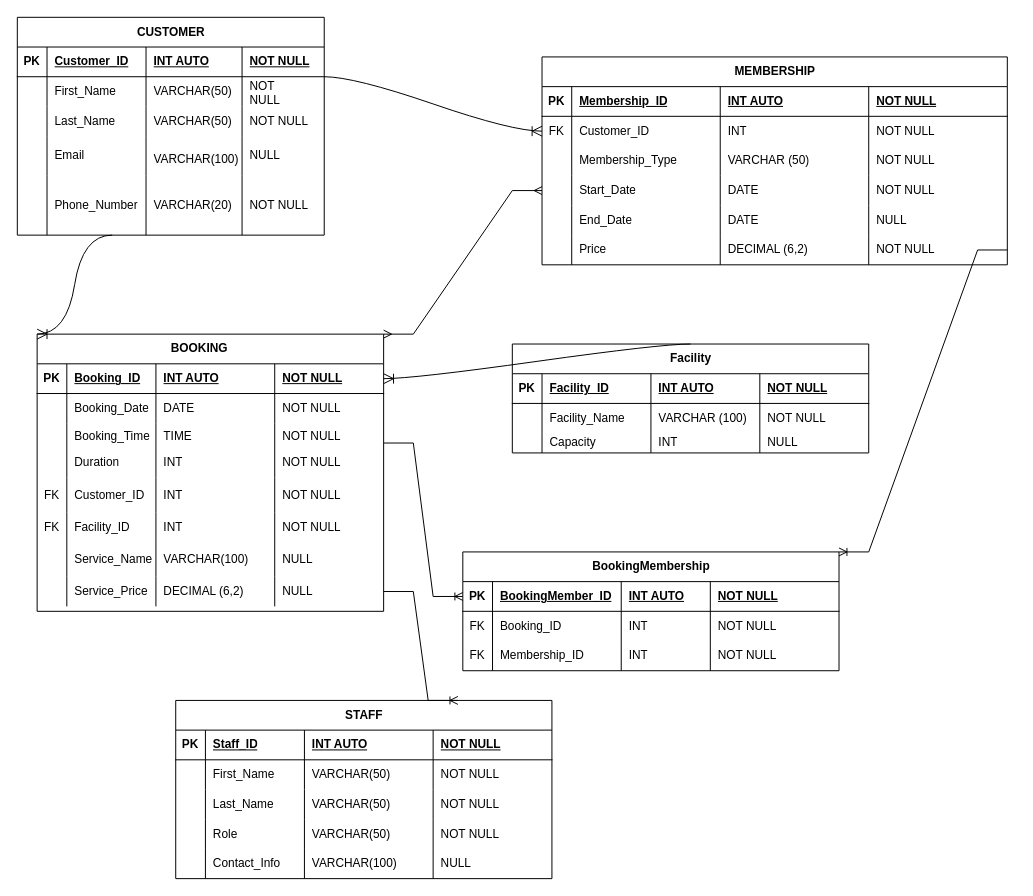
Above: ERD_Lopez.drawio in rodolfo-lopez-dev/Capstone_1 (draw.io), before the change. Source tidied: cells renumbered, new cells numbered last; positions are measured from the earlier drawing's top-left corner, leaving out a move shared by most shapes. Both pictures are drawn from the tidied source at 99%, with x=0, y=0 at pixel (17, 17).
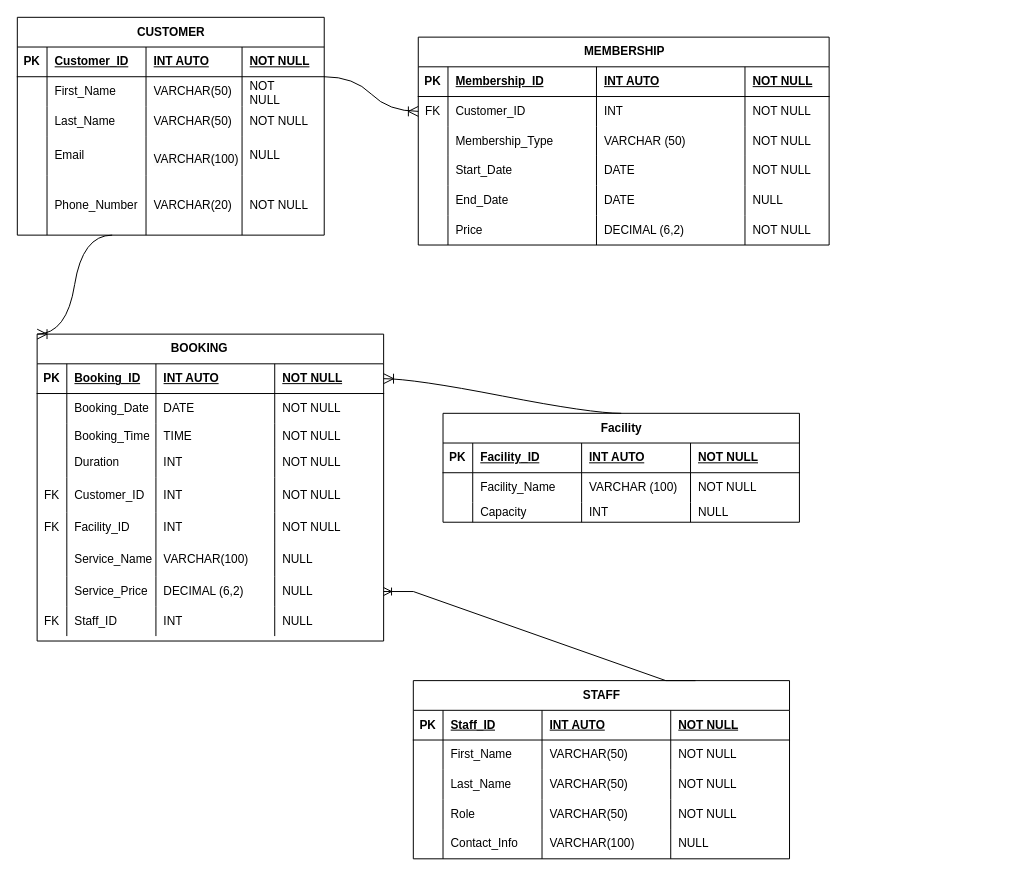
After the change.

Commit message (it also covers changes not shown here):
for business operations I removed irrelevant table, and ERD I adjusted relationships

The change refers to these unchanged cells:
```xml
<mxCell id="80" style="shape=tableRow;horizontal=0;startSize=0;swimlaneHead=0;swimlaneBody=0;fillColor=none;points=[[0,0.5],[1,0.5]];portConstraint=eastwest;top=0;left=0;right=0;bottom=0;" parent="44" vertex="1">
  <mxGeometry y="245" width="350" height="30" as="geometry" />
</mxCell>
```

The edit, as a diff of the source:
```diff
@@
     <mxCell id="28" value="Facility" style="shape=table;startSize=30;childLayout=tableLayout;rowLines=0;fontStyle=1;align=center;html=1;" parent="1" vertex="1">
-      <mxGeometry x="500" y="330" width="360" height="110" as="geometry" />
+      <mxGeometry x="430" y="400" width="360" height="110" as="geometry" />
     </mxCell>
@@
     <mxCell id="44" value="BOOKING&lt;span style=&quot;white-space: pre;&quot;&gt;&#9;&lt;/span&gt;" style="shape=table;startSize=30;childLayout=tableLayout;rowLines=0;fontStyle=1;align=center;html=1;" parent="1" vertex="1">
-      <mxGeometry x="20" y="320" width="350" height="280" as="geometry" />
+      <mxGeometry x="20" y="320" width="350" height="310" as="geometry" />
     </mxCell>
@@
+    <mxCell id="165" style="shape=tableRow;horizontal=0;startSize=0;swimlaneHead=0;swimlaneBody=0;fillColor=none;top=0;left=0;right=0;bottom=0;" parent="44" vertex="1">
+      <mxGeometry y="275" width="350" height="30" as="geometry" />
+    </mxCell>
+    <mxCell id="166" value="FK" style="shape=partialRectangle;fillColor=none;top=0;left=0;bottom=0;right=0;overflow=hidden;whiteSpace=wrap;html=1;" parent="165" vertex="1">
+      <mxGeometry width="30" height="30" as="geometry" />
+    </mxCell>
+    <mxCell id="167" value="Staff_ID" style="shape=partialRectangle;fillColor=none;top=0;left=0;bottom=0;right=0;align=left;spacingLeft=6;overflow=hidden;whiteSpace=wrap;html=1;" parent="165" vertex="1">
+      <mxGeometry x="30" width="90" height="30" as="geometry" />
+    </mxCell>
+    <mxCell id="168" value="INT" style="shape=partialRectangle;fillColor=none;top=0;left=0;bottom=0;right=0;align=left;spacingLeft=6;overflow=hidden;whiteSpace=wrap;html=1;" parent="165" vertex="1">
+      <mxGeometry x="120" width="120" height="30" as="geometry" />
+    </mxCell>
+    <mxCell id="169" value="NULL" style="shape=partialRectangle;fillColor=none;top=0;left=0;bottom=0;right=0;align=left;spacingLeft=6;overflow=hidden;whiteSpace=wrap;html=1;" parent="165" vertex="1">
+      <mxGeometry x="240" width="110" height="30" as="geometry" />
+    </mxCell>
     <mxCell id="85" value="STAFF" style="shape=table;startSize=30;childLayout=tableLayout;rowLines=0;fontStyle=1;align=center;html=1;" parent="1" vertex="1">
-      <mxGeometry x="160" y="690" width="380" height="180" as="geometry" />
+      <mxGeometry x="400" y="670" width="380" height="180" as="geometry" />
     </mxCell>
@@
     <mxCell id="111" value="MEMBERSHIP" style="shape=table;startSize=30;childLayout=tableLayout;rowLines=0;fontStyle=1;align=center;html=1;" parent="1" vertex="1">
-      <mxGeometry x="530" y="40" width="470" height="210" as="geometry" />
+      <mxGeometry x="405" y="20" width="415" height="210" as="geometry" />
     </mxCell>
     <mxCell id="112" style="shape=tableRow;horizontal=0;startSize=0;swimlaneHead=0;swimlaneBody=0;fillColor=none;top=0;left=0;right=0;bottom=1;" parent="111" vertex="1">
-      <mxGeometry y="30" width="470" height="30" as="geometry" />
+      <mxGeometry y="30" width="415" height="30" as="geometry" />
     </mxCell>
@@
     <mxCell id="116" value="NOT NULL" style="shape=partialRectangle;fillColor=none;top=0;left=0;bottom=0;right=0;align=left;spacingLeft=6;fontStyle=5;overflow=hidden;whiteSpace=wrap;html=1;" parent="112" vertex="1">
-      <mxGeometry x="330" width="140" height="30" as="geometry" />
+      <mxGeometry x="330" width="85" height="30" as="geometry" />
     </mxCell>
     <mxCell id="117" style="shape=tableRow;horizontal=0;startSize=0;swimlaneHead=0;swimlaneBody=0;fillColor=none;points=[[0,0.5],[1,0.5]];portConstraint=eastwest;top=0;left=0;right=0;bottom=0;" parent="111" vertex="1">
-      <mxGeometry y="60" width="470" height="30" as="geometry" />
+      <mxGeometry y="60" width="415" height="30" as="geometry" />
     </mxCell>
@@
     <mxCell id="121" value="NOT NULL" style="shape=partialRectangle;fillColor=none;top=0;left=0;bottom=0;right=0;align=left;spacingLeft=6;overflow=hidden;whiteSpace=wrap;html=1;" parent="117" vertex="1">
-      <mxGeometry x="330" width="140" height="30" as="geometry" />
+      <mxGeometry x="330" width="85" height="30" as="geometry" />
     </mxCell>
     <mxCell id="122" style="shape=tableRow;horizontal=0;startSize=0;swimlaneHead=0;swimlaneBody=0;fillColor=none;top=0;left=0;right=0;bottom=0;" parent="111" vertex="1">
-      <mxGeometry y="90" width="470" height="30" as="geometry" />
+      <mxGeometry y="90" width="415" height="30" as="geometry" />
     </mxCell>
@@
     <mxCell id="126" value="NOT NULL&amp;nbsp;" style="shape=partialRectangle;fillColor=none;top=0;left=0;bottom=0;right=0;align=left;spacingLeft=6;overflow=hidden;whiteSpace=wrap;html=1;" parent="122" vertex="1">
-      <mxGeometry x="330" width="140" height="30" as="geometry" />
+      <mxGeometry x="330" width="85" height="30" as="geometry" />
     </mxCell>
     <mxCell id="127" style="shape=tableRow;horizontal=0;startSize=0;swimlaneHead=0;swimlaneBody=0;fillColor=none;points=[[0,0.5],[1,0.5]];portConstraint=eastwest;top=0;left=0;right=0;bottom=0;" parent="111" vertex="1">
-      <mxGeometry y="120" width="470" height="30" as="geometry" />
+      <mxGeometry y="120" width="415" height="30" as="geometry" />
     </mxCell>
@@
     <mxCell id="131" value="NOT NULL" style="shape=partialRectangle;fillColor=none;top=0;left=0;bottom=0;right=0;align=left;spacingLeft=6;overflow=hidden;whiteSpace=wrap;html=1;" parent="127" vertex="1">
-      <mxGeometry x="330" width="140" height="30" as="geometry" />
+      <mxGeometry x="330" width="85" height="30" as="geometry" />
     </mxCell>
     <mxCell id="132" style="shape=tableRow;horizontal=0;startSize=0;swimlaneHead=0;swimlaneBody=0;fillColor=none;top=0;left=0;right=0;bottom=0;" parent="111" vertex="1">
-      <mxGeometry y="150" width="470" height="30" as="geometry" />
+      <mxGeometry y="150" width="415" height="30" as="geometry" />
     </mxCell>
@@
     <mxCell id="136" value="NULL" style="shape=partialRectangle;fillColor=none;top=0;left=0;bottom=0;right=0;align=left;spacingLeft=6;overflow=hidden;whiteSpace=wrap;html=1;" parent="132" vertex="1">
-      <mxGeometry x="330" width="140" height="30" as="geometry" />
+      <mxGeometry x="330" width="85" height="30" as="geometry" />
     </mxCell>
     <mxCell id="137" style="shape=tableRow;horizontal=0;startSize=0;swimlaneHead=0;swimlaneBody=0;fillColor=none;points=[[0,0.5],[1,0.5]];portConstraint=eastwest;top=0;left=0;right=0;bottom=0;" parent="111" vertex="1">
-      <mxGeometry y="180" width="470" height="30" as="geometry" />
+      <mxGeometry y="180" width="415" height="30" as="geometry" />
     </mxCell>
@@
     <mxCell id="141" value="NOT NULL" style="shape=partialRectangle;fillColor=none;top=0;left=0;bottom=0;right=0;align=left;spacingLeft=6;overflow=hidden;whiteSpace=wrap;html=1;" parent="137" vertex="1">
-      <mxGeometry x="330" width="140" height="30" as="geometry" />
+      <mxGeometry x="330" width="85" height="30" as="geometry" />
     </mxCell>
@@
-    <mxCell id="145" style="edgeStyle=entityRelationEdgeStyle;fontSize=12;html=1;endArrow=ERoneToMany;rounded=0;exitX=1;exitY=0.5;exitDx=0;exitDy=0;entryX=0.75;entryY=0;entryDx=0;entryDy=0;" parent="1" edge="1" source="80" target="85">
+    <mxCell id="145" style="edgeStyle=entityRelationEdgeStyle;fontSize=12;html=1;endArrow=ERoneToMany;rounded=0;exitX=0.75;exitY=0;exitDx=0;exitDy=0;entryX=1;entryY=0.5;entryDx=0;entryDy=0;" parent="1" edge="1" source="85" target="80">
       <mxGeometry relative="1" as="geometry">
         <Array as="points">
-          <mxPoint x="1105" y="475" />
-          <mxPoint x="1095" y="555" />
+          <mxPoint x="1215" y="455" />
+          <mxPoint x="1205" y="535" />
         </Array>
       </mxGeometry>
     </mxCell>
-    <mxCell id="146" value="BookingMembership" style="shape=table;startSize=30;childLayout=tableLayout;rowLines=0;fontStyle=1;align=center;html=1;" parent="1" vertex="1">
-      <mxGeometry x="450" y="540" width="380" height="120" as="geometry" />
-    </mxCell>
-    <mxCell id="147" style="shape=tableRow;horizontal=0;startSize=0;swimlaneHead=0;swimlaneBody=0;fillColor=none;points=[[0,0.5],[1,0.5]];portConstraint=eastwest;top=0;left=0;right=0;bottom=1;" parent="146" vertex="1">
-      <mxGeometry y="30" width="380" height="30" as="geometry" />
-    </mxCell>
-    <mxCell id="148" value="PK" style="shape=partialRectangle;fillColor=none;top=0;left=0;bottom=0;right=0;fontStyle=1;overflow=hidden;whiteSpace=wrap;html=1;" parent="147" vertex="1">
-      <mxGeometry width="30" height="30" as="geometry" />
-    </mxCell>
-    <mxCell id="149" value="BookingMember_ID" style="shape=partialRectangle;fillColor=none;top=0;left=0;bottom=0;right=0;align=left;spacingLeft=6;fontStyle=5;overflow=hidden;whiteSpace=wrap;html=1;" parent="147" vertex="1">
-      <mxGeometry x="30" width="130" height="30" as="geometry" />
-    </mxCell>
-    <mxCell id="150" value="INT AUTO" style="shape=partialRectangle;fillColor=none;top=0;left=0;bottom=0;right=0;align=left;spacingLeft=6;fontStyle=5;overflow=hidden;whiteSpace=wrap;html=1;" parent="147" vertex="1">
-      <mxGeometry x="160" width="90" height="30" as="geometry" />
-    </mxCell>
-    <mxCell id="151" value="NOT NULL" style="shape=partialRectangle;fillColor=none;top=0;left=0;bottom=0;right=0;align=left;spacingLeft=6;fontStyle=5;overflow=hidden;whiteSpace=wrap;html=1;" parent="147" vertex="1">
-      <mxGeometry x="250" width="130" height="30" as="geometry" />
-    </mxCell>
-    <mxCell id="152" style="shape=tableRow;horizontal=0;startSize=0;swimlaneHead=0;swimlaneBody=0;fillColor=none;top=0;left=0;right=0;bottom=0;" parent="146" vertex="1">
-      <mxGeometry y="60" width="380" height="30" as="geometry" />
-    </mxCell>
-    <mxCell id="153" value="FK" style="shape=partialRectangle;fillColor=none;top=0;left=0;bottom=0;right=0;overflow=hidden;whiteSpace=wrap;html=1;" parent="152" vertex="1">
-      <mxGeometry width="30" height="30" as="geometry" />
-    </mxCell>
-    <mxCell id="154" value="Booking_ID" style="shape=partialRectangle;fillColor=none;top=0;left=0;bottom=0;right=0;align=left;spacingLeft=6;overflow=hidden;whiteSpace=wrap;html=1;" parent="152" vertex="1">
-      <mxGeometry x="30" width="130" height="30" as="geometry" />
-    </mxCell>
-    <mxCell id="155" value="INT" style="shape=partialRectangle;fillColor=none;top=0;left=0;bottom=0;right=0;align=left;spacingLeft=6;overflow=hidden;whiteSpace=wrap;html=1;" parent="152" vertex="1">
-      <mxGeometry x="160" width="90" height="30" as="geometry" />
-    </mxCell>
-    <mxCell id="156" value="NOT NULL" style="shape=partialRectangle;fillColor=none;top=0;left=0;bottom=0;right=0;align=left;spacingLeft=6;overflow=hidden;whiteSpace=wrap;html=1;" parent="152" vertex="1">
-      <mxGeometry x="250" width="130" height="30" as="geometry" />
-    </mxCell>
-    <mxCell id="157" style="shape=tableRow;horizontal=0;startSize=0;swimlaneHead=0;swimlaneBody=0;fillColor=none;top=0;left=0;right=0;bottom=0;" parent="146" vertex="1">
-      <mxGeometry y="90" width="380" height="30" as="geometry" />
-    </mxCell>
-    <mxCell id="158" value="FK" style="shape=partialRectangle;fillColor=none;top=0;left=0;bottom=0;right=0;overflow=hidden;whiteSpace=wrap;html=1;" parent="157" vertex="1">
-      <mxGeometry width="30" height="30" as="geometry" />
-    </mxCell>
-    <mxCell id="159" value="Membership_ID" style="shape=partialRectangle;fillColor=none;top=0;left=0;bottom=0;right=0;align=left;spacingLeft=6;overflow=hidden;whiteSpace=wrap;html=1;" parent="157" vertex="1">
-      <mxGeometry x="30" width="130" height="30" as="geometry" />
-    </mxCell>
-    <mxCell id="160" value="INT" style="shape=partialRectangle;fillColor=none;top=0;left=0;bottom=0;right=0;align=left;spacingLeft=6;overflow=hidden;whiteSpace=wrap;html=1;" parent="157" vertex="1">
-      <mxGeometry x="160" width="90" height="30" as="geometry" />
-    </mxCell>
-    <mxCell id="161" value="NOT NULL" style="shape=partialRectangle;fillColor=none;top=0;left=0;bottom=0;right=0;align=left;spacingLeft=6;overflow=hidden;whiteSpace=wrap;html=1;" parent="157" vertex="1">
-      <mxGeometry x="250" width="130" height="30" as="geometry" />
-    </mxCell>
-    <mxCell id="162" style="edgeStyle=entityRelationEdgeStyle;fontSize=12;html=1;endArrow=ERoneToMany;rounded=0;entryX=0;entryY=0.5;entryDx=0;entryDy=0;" parent="1" edge="1" target="147">
-      <mxGeometry relative="1" as="geometry">
-        <mxPoint x="370" y="430" as="sourcePoint" />
-      </mxGeometry>
-    </mxCell>
-    <mxCell id="163" style="edgeStyle=entityRelationEdgeStyle;fontSize=12;html=1;endArrow=ERoneToMany;rounded=0;exitX=1;exitY=0.5;exitDx=0;exitDy=0;entryX=1;entryY=0;entryDx=0;entryDy=0;" parent="1" edge="1" source="137" target="146">
-      <mxGeometry relative="1" as="geometry" />
-    </mxCell>
-    <mxCell id="164" style="edgeStyle=entityRelationEdgeStyle;fontSize=12;html=1;endArrow=ERmany;startArrow=ERmany;rounded=0;exitX=1;exitY=0;exitDx=0;exitDy=0;entryX=0;entryY=0.5;entryDx=0;entryDy=0;" parent="1" edge="1" source="44" target="127">
-      <mxGeometry relative="1" as="geometry" />
-    </mxCell>
```
